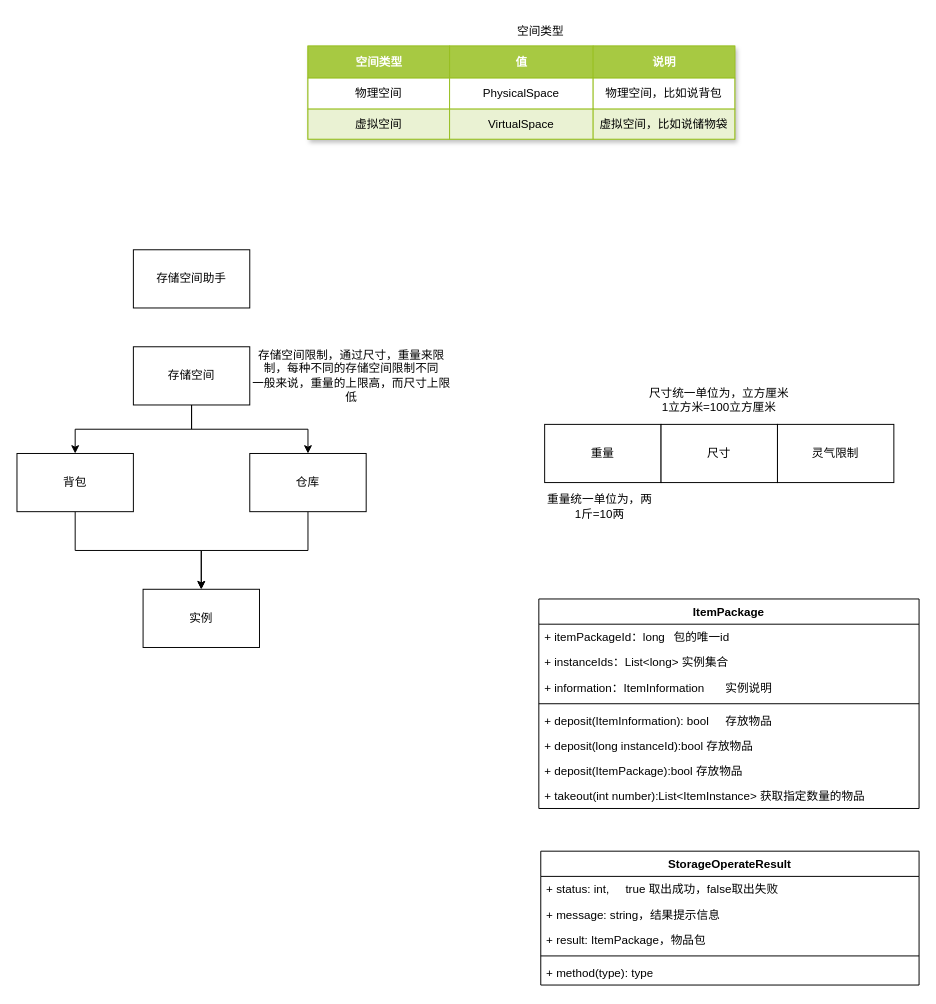
Earlier version of the draw.io diagram 存储设计.drawio (Taaaang/game_design). Source tidied: cells renumbered, new cells numbered last; positions are measured from the earlier drawing's top-left corner, leaving out a move shared by most shapes. Both pictures are drawn from the tidied source at 97%, with x=0, y=0 at pixel (16, 16).
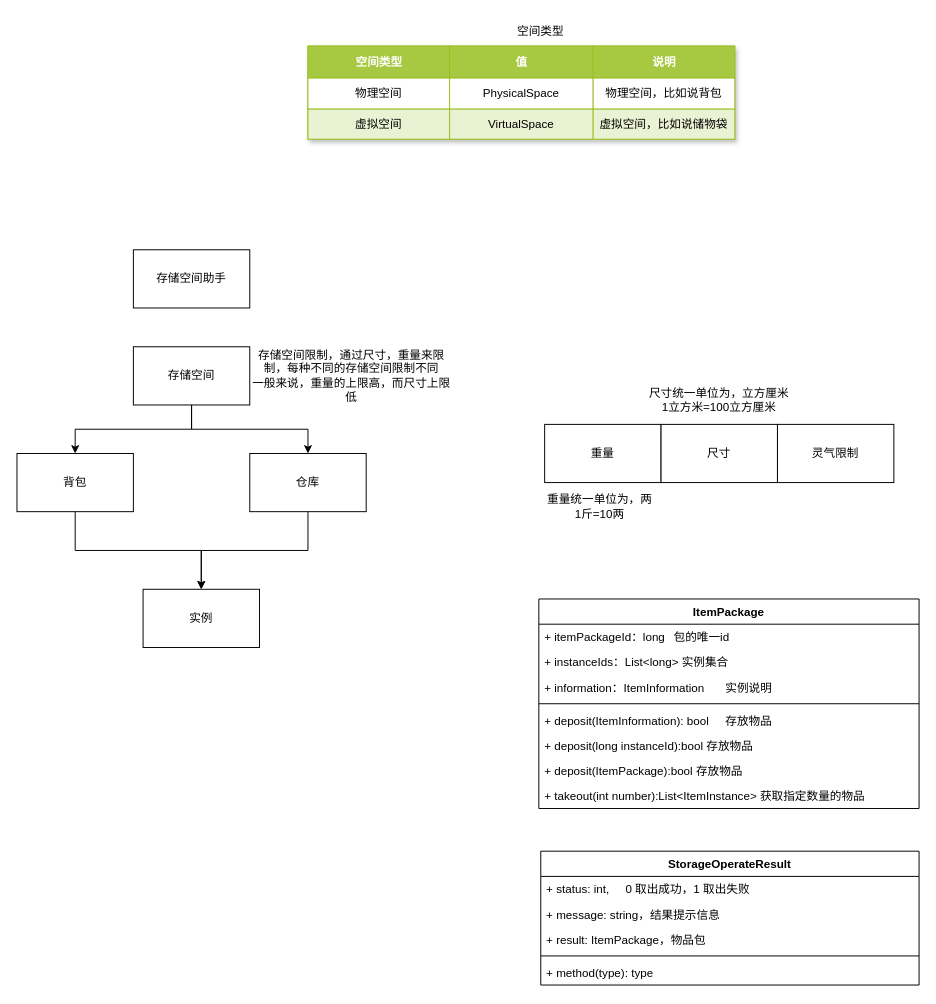
The same page after the edit.

Commit message:
更新存储设计.drawio

Unchanged cells that the change refers to:
```xml
<mxCell id="16" value="StorageOperateResult" style="swimlane;fontStyle=1;align=center;verticalAlign=top;horizontal=1;startSize=26;whiteSpace=wrap;html=1;" parent="1" vertex="1">
  <mxGeometry x="540" y="860" width="390" height="138" as="geometry" />
</mxCell>
```

The edit, as a diff of the source:
```diff
@@
-    <mxCell id="17" value="+ status: int,&#9;&lt;span style=&quot;border-color: var(--border-color);&quot;&gt;&lt;span style=&quot;white-space: pre;&quot;&gt;&amp;nbsp;&amp;nbsp;&amp;nbsp;&amp;nbsp;&lt;/span&gt;&lt;/span&gt;true 取出成功，false取出失败" style="text;strokeColor=none;fillColor=none;align=left;verticalAlign=top;spacingLeft=4;spacingRight=4;overflow=hidden;whiteSpace=wrap;html=1;" parent="16" vertex="1">
+    <mxCell id="17" value="+ status: int,&#9;&lt;span style=&quot;border-color: var(--border-color);&quot;&gt;&lt;span style=&quot;white-space: pre;&quot;&gt;&amp;nbsp;&amp;nbsp;&amp;nbsp;&amp;nbsp;&lt;/span&gt;&lt;/span&gt;0 取出成功，1 取出失败" style="text;strokeColor=none;fillColor=none;align=left;verticalAlign=top;spacingLeft=4;spacingRight=4;overflow=hidden;whiteSpace=wrap;html=1;" parent="16" vertex="1">
       <mxGeometry y="26" width="390" height="26" as="geometry" />
     </mxCell>
```
